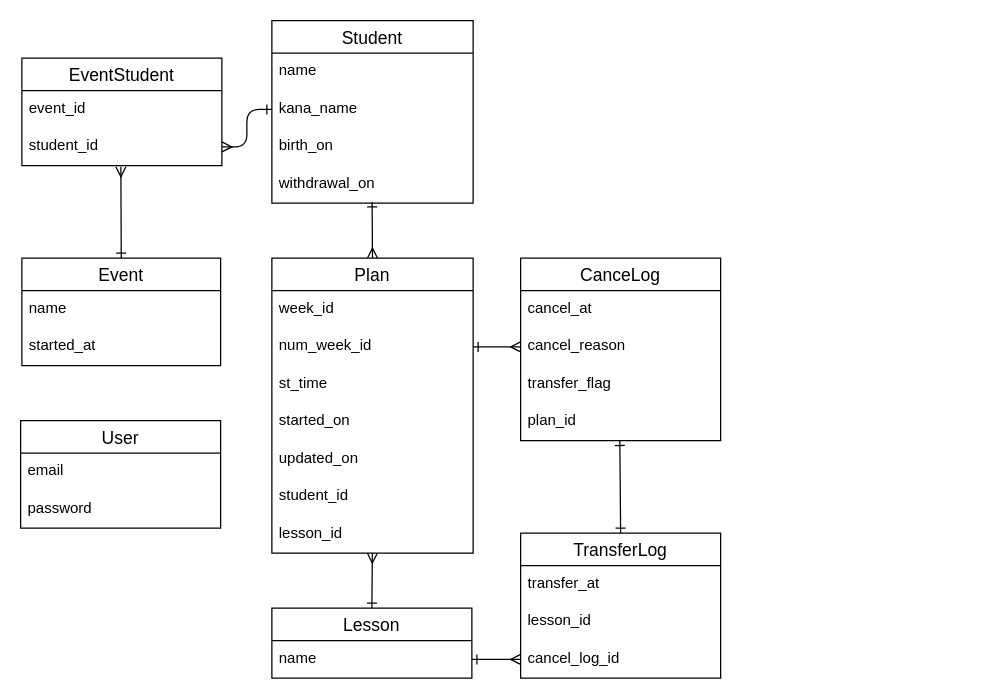
The draw.io diagram ER.dio in minidebu/classboard2, before the edit. Source tidied: cells renumbered, new cells numbered last; positions are measured from the earlier drawing's top-left corner, leaving out a move shared by most shapes. Both pictures are drawn from the tidied source at 125%, with x=0, y=0 at pixel (20, 20).
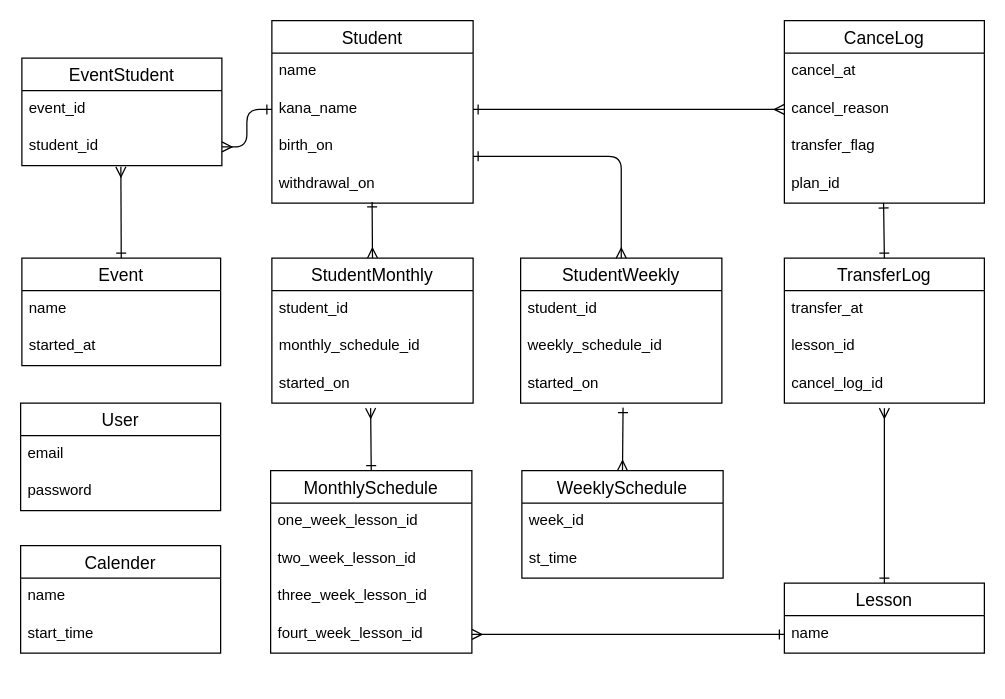
After the change.

Unchanged cells that the change refers to:
```xml
<mxCell id="7" value="kana_name" style="text;strokeColor=none;fillColor=none;spacingLeft=4;spacingRight=4;overflow=hidden;points=[[0,0.5],[1,0.5]];portConstraint=eastwest;fontSize=12;" parent="5" vertex="1">
  <mxGeometry y="56" width="161" height="30" as="geometry" />
</mxCell>
<mxCell id="8" value="birth_on" style="text;strokeColor=none;fillColor=none;spacingLeft=4;spacingRight=4;overflow=hidden;points=[[0,0.5],[1,0.5]];portConstraint=eastwest;fontSize=12;" parent="5" vertex="1">
  <mxGeometry y="86" width="161" height="30" as="geometry" />
</mxCell>
<mxCell id="9" value="withdrawal_on" style="text;strokeColor=none;fillColor=none;spacingLeft=4;spacingRight=4;overflow=hidden;points=[[0,0.5],[1,0.5]];portConstraint=eastwest;fontSize=12;" parent="5" vertex="1">
  <mxGeometry y="116" width="161" height="30" as="geometry" />
</mxCell>
<mxCell id="22" value="cancel_reason" style="text;strokeColor=none;fillColor=none;spacingLeft=4;spacingRight=4;overflow=hidden;points=[[0,0.5],[1,0.5]];portConstraint=eastwest;fontSize=12;" parent="20" vertex="1">
  <mxGeometry y="56" width="160" height="30" as="geometry" />
</mxCell>
<mxCell id="37" value="cancel_log_id" style="text;strokeColor=none;fillColor=none;spacingLeft=4;spacingRight=4;overflow=hidden;points=[[0,0.5],[1,0.5]];portConstraint=eastwest;fontSize=12;" parent="34" vertex="1">
  <mxGeometry y="86" width="160" height="30" as="geometry" />
</mxCell>
<mxCell id="39" value="name" style="text;strokeColor=none;fillColor=none;spacingLeft=4;spacingRight=4;overflow=hidden;points=[[0,0.5],[1,0.5]];portConstraint=eastwest;fontSize=12;" parent="38" vertex="1">
  <mxGeometry y="26" width="160" height="30" as="geometry" />
</mxCell>
```

The edit, as a diff of the source:
```diff
@@
     <mxCell id="2" value="User" style="swimlane;fontStyle=0;horizontal=1;startSize=26;align=center;fontSize=14;" parent="1" vertex="1">
-      <mxGeometry y="320" width="160" height="86" as="geometry" />
+      <mxGeometry y="306" width="160" height="86" as="geometry" />
     </mxCell>
@@
-    <mxCell id="10" style="edgeStyle=none;html=1;startArrow=ERmany;startFill=0;endArrow=ERone;endFill=0;exitX=0.5;exitY=0;exitDx=0;exitDy=0;entryX=0.498;entryY=0.967;entryDx=0;entryDy=0;entryPerimeter=0;" parent="1" edge="1" source="11" target="9">
+    <mxCell id="10" style="edgeStyle=none;html=1;startArrow=ERmany;startFill=0;endArrow=ERone;endFill=0;exitX=0.5;exitY=0;exitDx=0;exitDy=0;entryX=0.498;entryY=0.967;entryDx=0;entryDy=0;entryPerimeter=0;" parent="1" edge="1" source="48" target="9">
       <mxGeometry relative="1" as="geometry" />
     </mxCell>
-    <mxCell id="11" value="Plan" style="swimlane;fontStyle=0;horizontal=1;startSize=26;align=center;fontSize=14;" parent="1" vertex="1">
-      <mxGeometry x="201" y="190" width="161" height="236" as="geometry" />
-    </mxCell>
-    <mxCell id="12" value="week_id" style="text;strokeColor=none;fillColor=none;spacingLeft=4;spacingRight=4;overflow=hidden;fontSize=12;" parent="11" vertex="1">
-      <mxGeometry y="26" width="161" height="30" as="geometry" />
-    </mxCell>
-    <mxCell id="13" value="num_week_id" style="text;strokeColor=none;fillColor=none;spacingLeft=4;spacingRight=4;overflow=hidden;points=[[0,0.5],[1,0.5]];portConstraint=eastwest;fontSize=12;" parent="11" vertex="1">
-      <mxGeometry y="56" width="161" height="30" as="geometry" />
-    </mxCell>
-    <mxCell id="14" value="st_time" style="text;strokeColor=none;fillColor=none;spacingLeft=4;spacingRight=4;overflow=hidden;fontSize=12;" parent="11" vertex="1">
-      <mxGeometry y="86" width="161" height="30" as="geometry" />
-    </mxCell>
-    <mxCell id="15" value="started_on" style="text;strokeColor=none;fillColor=none;spacingLeft=4;spacingRight=4;overflow=hidden;fontSize=12;" parent="11" vertex="1">
-      <mxGeometry y="116" width="161" height="30" as="geometry" />
-    </mxCell>
-    <mxCell id="16" value="updated_on&#10;" style="text;strokeColor=none;fillColor=none;spacingLeft=4;spacingRight=4;overflow=hidden;fontSize=12;" parent="11" vertex="1">
-      <mxGeometry y="146" width="161" height="30" as="geometry" />
-    </mxCell>
-    <mxCell id="17" value="student_id" style="text;strokeColor=none;fillColor=none;spacingLeft=4;spacingRight=4;overflow=hidden;fontSize=12;" parent="11" vertex="1">
-      <mxGeometry y="176" width="161" height="30" as="geometry" />
-    </mxCell>
-    <mxCell id="18" value="lesson_id" style="text;strokeColor=none;fillColor=none;spacingLeft=4;spacingRight=4;overflow=hidden;points=[[0,0.5],[1,0.5]];portConstraint=eastwest;fontSize=12;" parent="11" vertex="1">
-      <mxGeometry y="206" width="161" height="30" as="geometry" />
-    </mxCell>
-    <mxCell id="19" style="edgeStyle=none;html=1;startArrow=ERmany;startFill=0;endArrow=ERone;endFill=0;exitX=0;exitY=0.5;exitDx=0;exitDy=0;entryX=1;entryY=0.5;entryDx=0;entryDy=0;" parent="1" edge="1" source="22" target="13">
+    <mxCell id="19" style="edgeStyle=none;html=1;startArrow=ERmany;startFill=0;endArrow=ERone;endFill=0;exitX=0;exitY=0.5;exitDx=0;exitDy=0;entryX=1;entryY=0.5;entryDx=0;entryDy=0;" parent="1" edge="1" source="22" target="7">
       <mxGeometry relative="1" as="geometry" />
     </mxCell>
     <mxCell id="20" value="CanceLog" style="swimlane;fontStyle=0;horizontal=1;startSize=26;align=center;fontSize=14;" parent="1" vertex="1">
-      <mxGeometry x="400" y="190" width="160" height="146" as="geometry" />
+      <mxGeometry x="611" width="160" height="146" as="geometry" />
     </mxCell>
@@
     <mxCell id="34" value="TransferLog" style="swimlane;fontStyle=0;horizontal=1;startSize=26;align=center;fontSize=14;" parent="1" vertex="1">
-      <mxGeometry x="400" y="410" width="160" height="116" as="geometry" />
+      <mxGeometry x="611" y="190" width="160" height="116" as="geometry" />
     </mxCell>
@@
     <mxCell id="38" value="Lesson" style="swimlane;fontStyle=0;horizontal=1;startSize=26;align=center;fontSize=14;" parent="1" vertex="1">
-      <mxGeometry x="201" y="470" width="160" height="56" as="geometry" />
+      <mxGeometry x="611" y="450" width="160" height="56" as="geometry" />
     </mxCell>
@@
-    <mxCell id="40" style="edgeStyle=none;html=1;exitX=0;exitY=0.5;exitDx=0;exitDy=0;endArrow=ERone;endFill=0;startArrow=ERmany;startFill=0;entryX=1;entryY=0.5;entryDx=0;entryDy=0;" parent="1" edge="1" source="37" target="39">
-      <mxGeometry relative="1" as="geometry" />
-    </mxCell>
-    <mxCell id="41" style="edgeStyle=none;html=1;endArrow=ERone;endFill=0;startArrow=ERmany;startFill=0;" parent="1" edge="1" source="18">
+    <mxCell id="41" style="edgeStyle=none;html=1;endArrow=ERone;endFill=0;startArrow=ERmany;startFill=0;entryX=0.5;entryY=0;entryDx=0;entryDy=0;" parent="1" edge="1" target="38">
       <mxGeometry relative="1" as="geometry">
-        <mxPoint x="281" y="470" as="targetPoint" />
+        <mxPoint x="691" y="310" as="sourcePoint" />
       </mxGeometry>
     </mxCell>
+    <mxCell id="42" value="MonthlySchedule" style="swimlane;fontStyle=0;horizontal=1;startSize=26;align=center;fontSize=14;" parent="1" vertex="1">
+      <mxGeometry x="200" y="360" width="161" height="146" as="geometry" />
+    </mxCell>
+    <mxCell id="43" value="one_week_lesson_id" style="text;strokeColor=none;fillColor=none;spacingLeft=4;spacingRight=4;overflow=hidden;fontSize=12;" parent="42" vertex="1">
+      <mxGeometry y="26" width="161" height="30" as="geometry" />
+    </mxCell>
+    <mxCell id="44" value="two_week_lesson_id" style="text;strokeColor=none;fillColor=none;spacingLeft=4;spacingRight=4;overflow=hidden;fontSize=12;" parent="42" vertex="1">
+      <mxGeometry y="56" width="161" height="30" as="geometry" />
+    </mxCell>
+    <mxCell id="45" value="three_week_lesson_id" style="text;strokeColor=none;fillColor=none;spacingLeft=4;spacingRight=4;overflow=hidden;fontSize=12;" parent="42" vertex="1">
+      <mxGeometry y="86" width="161" height="30" as="geometry" />
+    </mxCell>
+    <mxCell id="46" value="fourt_week_lesson_id" style="text;strokeColor=none;fillColor=none;spacingLeft=4;spacingRight=4;overflow=hidden;points=[[0,0.5],[1,0.5]];portConstraint=eastwest;fontSize=12;" parent="42" vertex="1">
+      <mxGeometry y="116" width="161" height="30" as="geometry" />
+    </mxCell>
+    <mxCell id="47" value="WeeklySchedule" style="swimlane;fontStyle=0;horizontal=1;startSize=26;align=center;fontSize=14;" parent="1" vertex="1">
+      <mxGeometry x="401" y="360" width="161" height="86" as="geometry" />
+    </mxCell>
+    <mxCell id="12" value="week_id" style="text;strokeColor=none;fillColor=none;spacingLeft=4;spacingRight=4;overflow=hidden;fontSize=12;" parent="47" vertex="1">
+      <mxGeometry y="26" width="161" height="30" as="geometry" />
+    </mxCell>
+    <mxCell id="14" value="st_time" style="text;strokeColor=none;fillColor=none;spacingLeft=4;spacingRight=4;overflow=hidden;fontSize=12;" parent="47" vertex="1">
+      <mxGeometry y="56" width="161" height="30" as="geometry" />
+    </mxCell>
+    <mxCell id="48" value="StudentMonthly" style="swimlane;fontStyle=0;horizontal=1;startSize=26;align=center;fontSize=14;" parent="1" vertex="1">
+      <mxGeometry x="201" y="190" width="161" height="116" as="geometry" />
+    </mxCell>
+    <mxCell id="49" value="student_id" style="text;strokeColor=none;fillColor=none;spacingLeft=4;spacingRight=4;overflow=hidden;fontSize=12;" parent="48" vertex="1">
+      <mxGeometry y="26" width="161" height="30" as="geometry" />
+    </mxCell>
+    <mxCell id="50" value="monthly_schedule_id" style="text;strokeColor=none;fillColor=none;spacingLeft=4;spacingRight=4;overflow=hidden;fontSize=12;" parent="48" vertex="1">
+      <mxGeometry y="56" width="161" height="30" as="geometry" />
+    </mxCell>
+    <mxCell id="51" value="started_on" style="text;strokeColor=none;fillColor=none;spacingLeft=4;spacingRight=4;overflow=hidden;fontSize=12;" parent="48" vertex="1">
+      <mxGeometry y="86" width="161" height="30" as="geometry" />
+    </mxCell>
+    <mxCell id="52" value="StudentWeekly" style="swimlane;fontStyle=0;horizontal=1;startSize=26;align=center;fontSize=14;" parent="1" vertex="1">
+      <mxGeometry x="400" y="190" width="161" height="116" as="geometry" />
+    </mxCell>
+    <mxCell id="53" value="student_id" style="text;strokeColor=none;fillColor=none;spacingLeft=4;spacingRight=4;overflow=hidden;fontSize=12;" parent="52" vertex="1">
+      <mxGeometry y="26" width="161" height="30" as="geometry" />
+    </mxCell>
+    <mxCell id="54" value="weekly_schedule_id" style="text;strokeColor=none;fillColor=none;spacingLeft=4;spacingRight=4;overflow=hidden;fontSize=12;" parent="52" vertex="1">
+      <mxGeometry y="56" width="161" height="30" as="geometry" />
+    </mxCell>
+    <mxCell id="55" value="started_on" style="text;strokeColor=none;fillColor=none;spacingLeft=4;spacingRight=4;overflow=hidden;points=[[0,0.5],[1,0.5]];portConstraint=eastwest;fontSize=12;" parent="52" vertex="1">
+      <mxGeometry y="86" width="161" height="30" as="geometry" />
+    </mxCell>
+    <mxCell id="56" style="edgeStyle=orthogonalEdgeStyle;html=1;startArrow=ERmany;startFill=0;endArrow=ERone;endFill=0;exitX=0.5;exitY=0;exitDx=0;exitDy=0;entryX=1;entryY=0.753;entryDx=0;entryDy=0;entryPerimeter=0;" parent="1" edge="1" source="52" target="8">
+      <mxGeometry relative="1" as="geometry" />
+    </mxCell>
+    <mxCell id="57" style="edgeStyle=none;html=1;startArrow=ERmany;startFill=0;endArrow=ERone;endFill=0;entryX=0.5;entryY=0;entryDx=0;entryDy=0;" parent="1" edge="1" target="42">
+      <mxGeometry relative="1" as="geometry">
+        <mxPoint x="280" y="310" as="sourcePoint" />
+      </mxGeometry>
+    </mxCell>
+    <mxCell id="58" style="edgeStyle=none;html=1;startArrow=ERmany;startFill=0;endArrow=ERone;endFill=0;exitX=0.5;exitY=0;exitDx=0;exitDy=0;entryX=0.509;entryY=1.12;entryDx=0;entryDy=0;entryPerimeter=0;" parent="1" edge="1" source="47" target="55">
+      <mxGeometry relative="1" as="geometry" />
+    </mxCell>
+    <mxCell id="59" style="edgeStyle=none;html=1;endArrow=ERone;endFill=0;startArrow=ERmany;startFill=0;entryX=0;entryY=0.5;entryDx=0;entryDy=0;exitX=1;exitY=0.5;exitDx=0;exitDy=0;" parent="1" edge="1" source="46" target="39">
+      <mxGeometry relative="1" as="geometry" />
+    </mxCell>
+    <mxCell id="60" value="Calender" style="swimlane;fontStyle=0;horizontal=1;startSize=26;align=center;fontSize=14;" parent="1" vertex="1">
+      <mxGeometry y="420" width="160" height="86" as="geometry" />
+    </mxCell>
+    <mxCell id="61" value="name" style="text;strokeColor=none;fillColor=none;spacingLeft=4;spacingRight=4;overflow=hidden;fontSize=12;" parent="60" vertex="1">
+      <mxGeometry y="26" width="160" height="30" as="geometry" />
+    </mxCell>
+    <mxCell id="62" value="start_time" style="text;strokeColor=none;fillColor=none;spacingLeft=4;spacingRight=4;overflow=hidden;fontSize=12;" parent="60" vertex="1">
+      <mxGeometry y="56" width="160" height="30" as="geometry" />
+    </mxCell>
```
